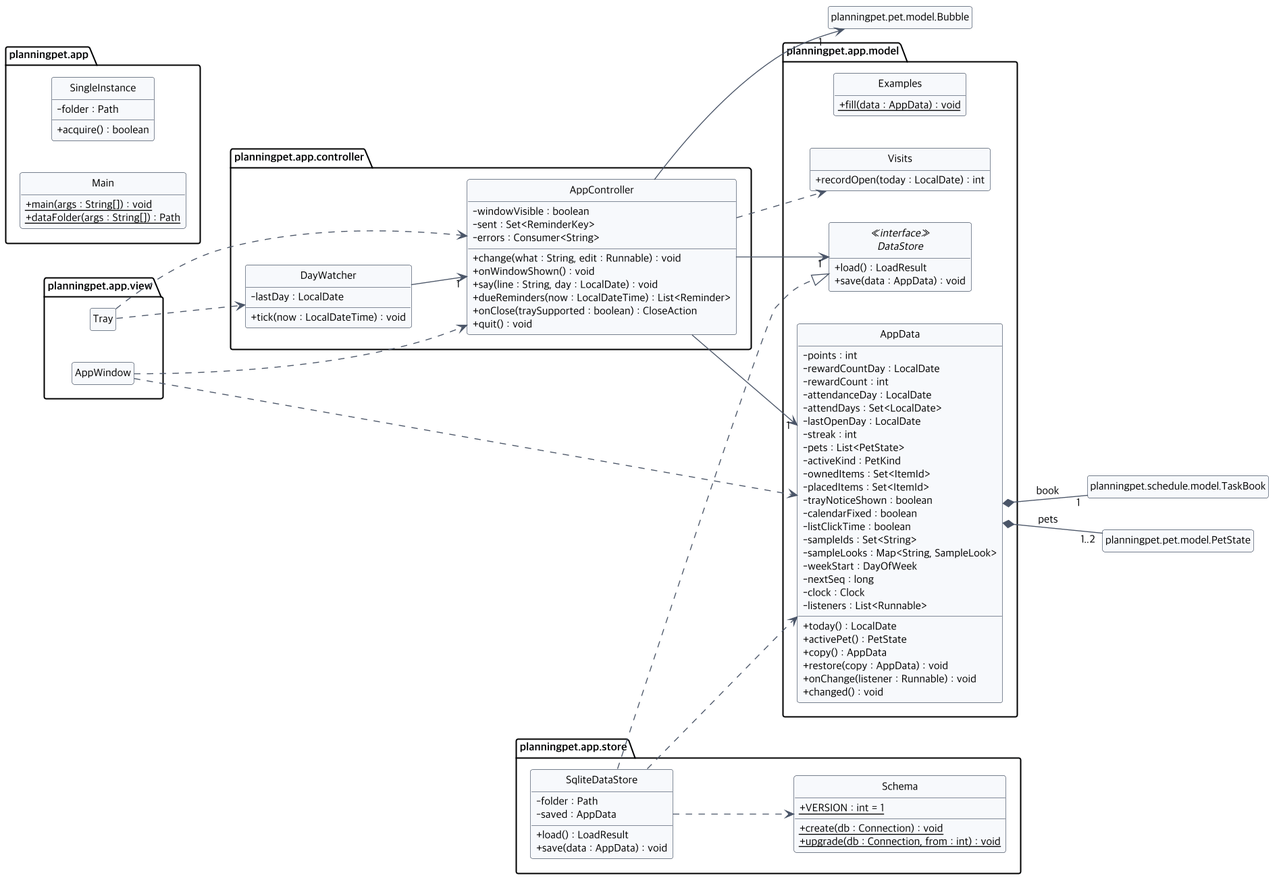
The PlantUML diagram docs/diagrams/class-app.png in 2026-2-software-system-design-11/planning-pet-app, before a commit.
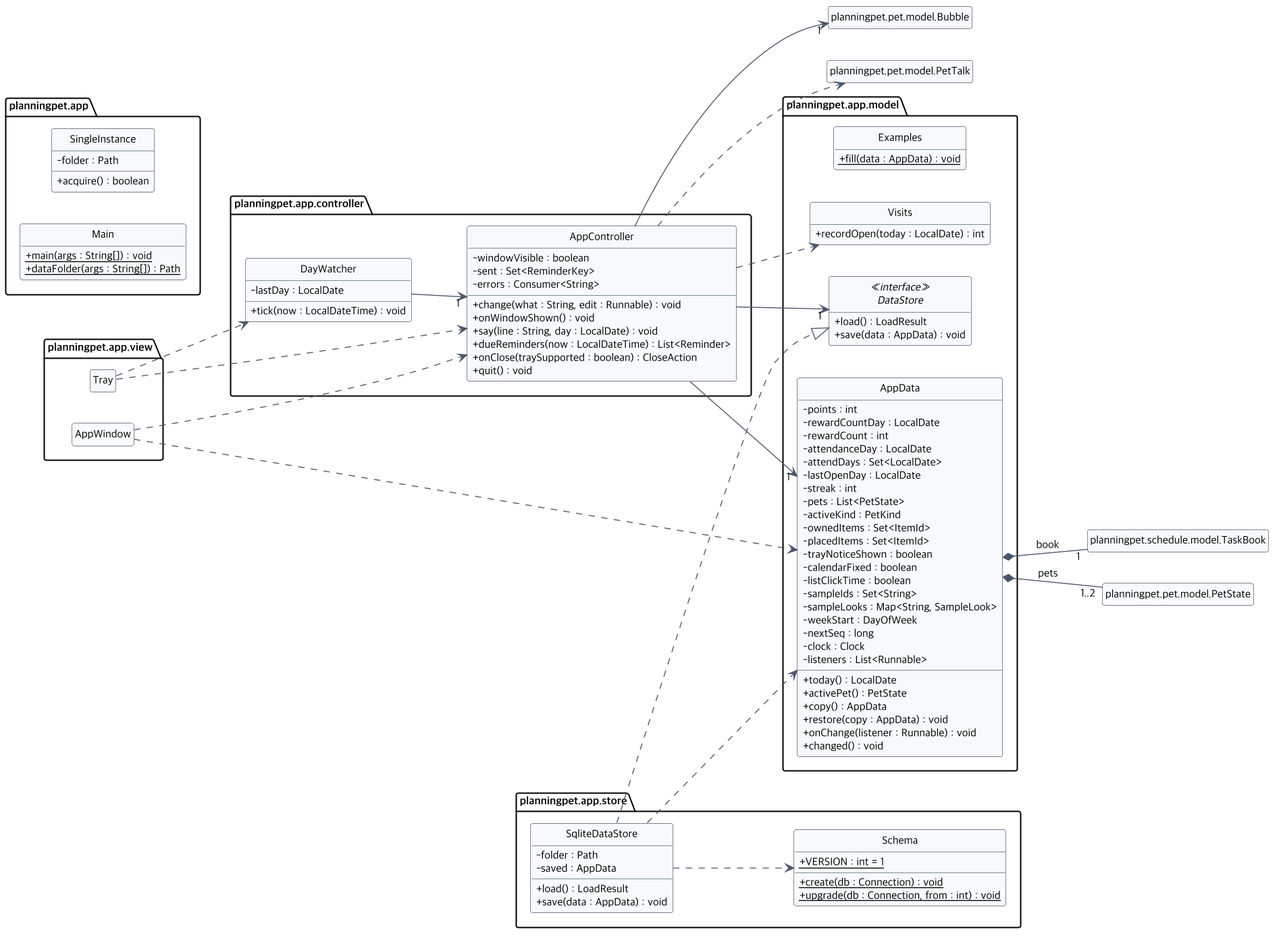
The same file after the commit.

The edit, as a diff of the source:
```diff
@@ -93,6 +93,7 @@
 AppController --> "1" DataStore
 AppController --> "1" planningpet.pet.model.Bubble
 AppController ..> Visits
+AppController ..> planningpet.pet.model.PetTalk
 DayWatcher --> "1" AppController
 SqliteDataStore ..|> DataStore
 SqliteDataStore ..> AppData
```
